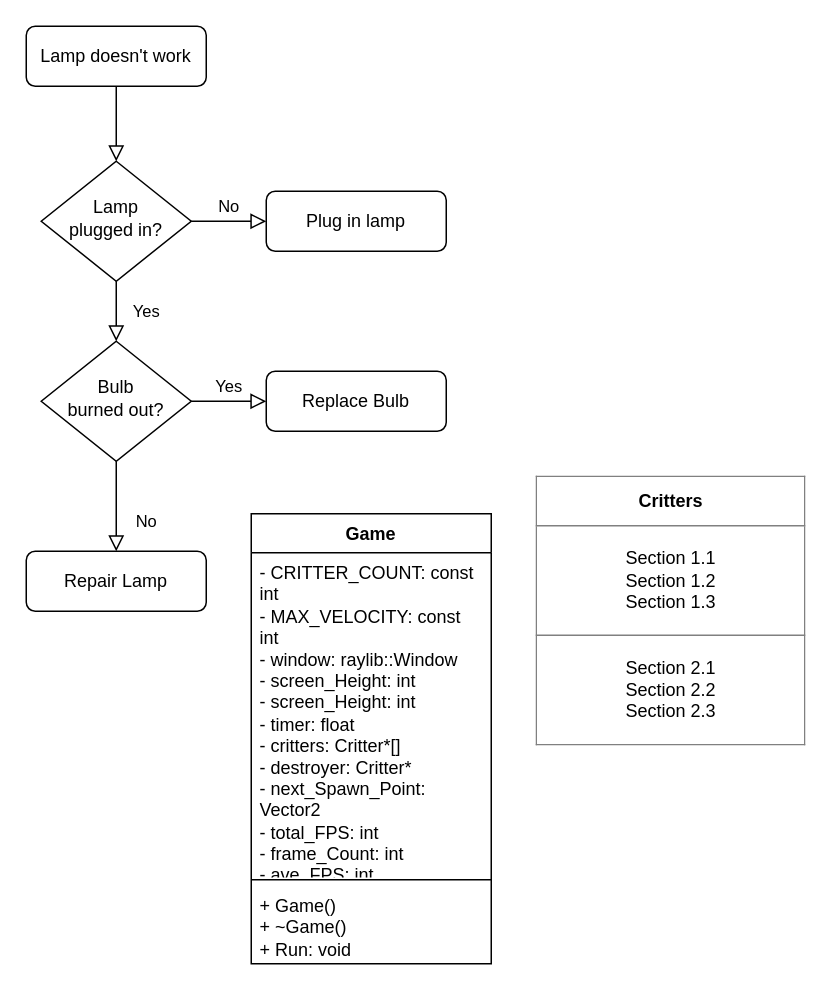
Before: Untitled Diagram.drawio in MavenPile/CDDS_Maven, a draw.io diagram. Source tidied: cells renumbered, new cells numbered last; positions are measured from the earlier drawing's top-left corner, leaving out a move shared by most shapes. Both pictures are drawn from the tidied source at 150%, with x=0, y=0 at pixel (26, 26).
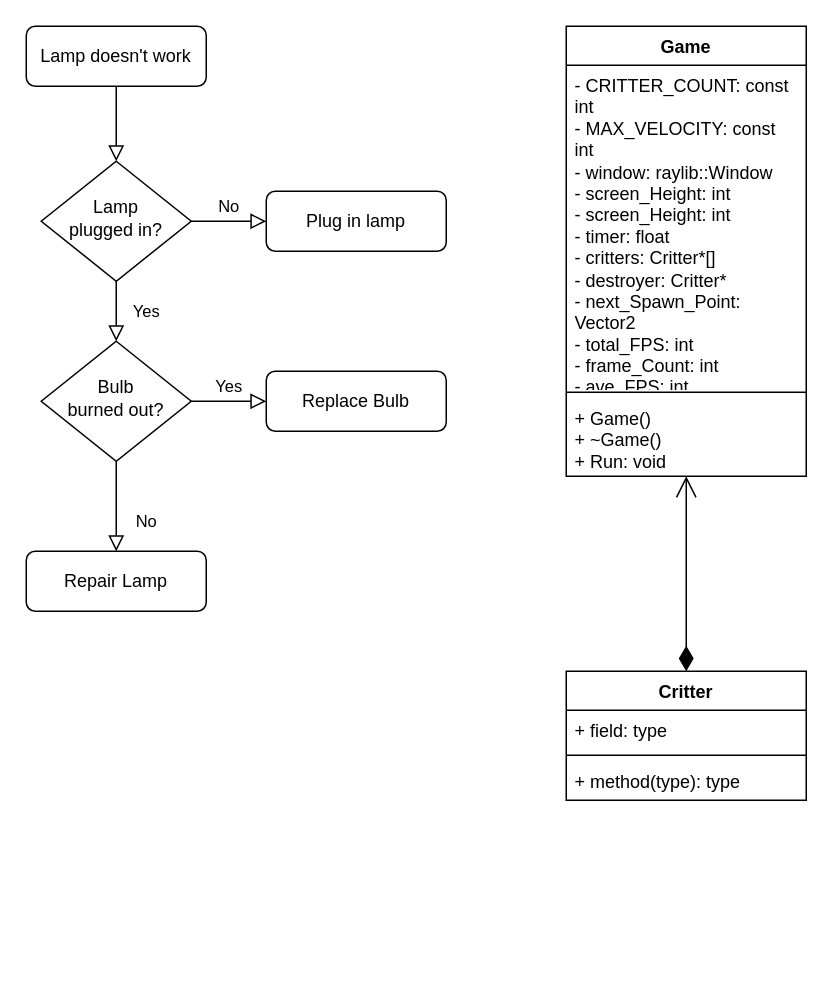
The same diagram, later.

Diff of the diagram source:
```diff
@@
-    <mxCell id="13" value="&lt;table style=&quot;width:100%;height:100%;border-collapse:collapse;&quot; width=&quot;100%&quot; height=&quot;100%&quot; cellpadding=&quot;4&quot; border=&quot;1&quot;&gt;&lt;tbody&gt;&lt;tr&gt;&lt;th align=&quot;center&quot;&gt;&lt;b&gt;Critters&lt;/b&gt;&lt;/th&gt;&lt;/tr&gt;&lt;tr&gt;&lt;td align=&quot;center&quot;&gt;Section 1.1&lt;br&gt;Section 1.2&lt;br&gt;Section 1.3&lt;/td&gt;&lt;/tr&gt;&lt;tr&gt;&lt;td align=&quot;center&quot;&gt;Section 2.1&lt;br&gt;Section 2.2&lt;br&gt;Section 2.3&lt;/td&gt;&lt;/tr&gt;&lt;/tbody&gt;&lt;/table&gt;" style="text;html=1;whiteSpace=wrap;strokeColor=none;fillColor=none;overflow=fill;" parent="1" vertex="1">
-      <mxGeometry x="340" y="300" width="180" height="180" as="geometry" />
-    </mxCell>
     <mxCell id="14" value="Game" style="swimlane;fontStyle=1;align=center;verticalAlign=top;horizontal=1;startSize=26;whiteSpace=wrap;html=1;" parent="1" vertex="1">
-      <mxGeometry x="150" y="325" width="160" height="300" as="geometry" />
+      <mxGeometry x="360" width="160" height="300" as="geometry" />
     </mxCell>
@@
+    <mxCell id="18" value="&lt;div&gt;Critter&lt;/div&gt;&lt;div&gt;&lt;br&gt;&lt;/div&gt;" style="swimlane;fontStyle=1;align=center;verticalAlign=top;horizontal=1;startSize=26;whiteSpace=wrap;html=1;" parent="1" vertex="1">
+      <mxGeometry x="360" y="430" width="160" height="86" as="geometry" />
+    </mxCell>
+    <mxCell id="19" value="+ field: type" style="text;strokeColor=none;fillColor=none;align=left;verticalAlign=top;spacingLeft=4;spacingRight=4;overflow=hidden;whiteSpace=wrap;html=1;" parent="18" vertex="1">
+      <mxGeometry y="26" width="160" height="26" as="geometry" />
+    </mxCell>
+    <mxCell id="20" style="line;strokeWidth=1;fillColor=none;align=left;verticalAlign=middle;spacingTop=-1;spacingLeft=3;spacingRight=3;labelPosition=right;strokeColor=inherit;" parent="18" vertex="1">
+      <mxGeometry y="52" width="160" height="8" as="geometry" />
+    </mxCell>
+    <mxCell id="21" value="+ method(type): type" style="text;strokeColor=none;fillColor=none;align=left;verticalAlign=top;spacingLeft=4;spacingRight=4;overflow=hidden;whiteSpace=wrap;html=1;" parent="18" vertex="1">
+      <mxGeometry y="60" width="160" height="26" as="geometry" />
+    </mxCell>
+    <mxCell id="22" value="&lt;div&gt;&lt;br&gt;&lt;/div&gt;&lt;div&gt;&lt;br&gt;&lt;/div&gt;&lt;div&gt;&lt;br&gt;&lt;/div&gt;" style="endArrow=open;html=1;endSize=12;startArrow=diamondThin;startSize=14;startFill=1;edgeStyle=orthogonalEdgeStyle;align=left;verticalAlign=bottom;rounded=0;exitX=0.5;exitY=0;exitDx=0;exitDy=0;entryX=0.5;entryY=1;entryDx=0;entryDy=0;" parent="1" edge="1" source="18" target="14">
+      <mxGeometry x="-0.38" y="70" relative="1" as="geometry" />
+    </mxCell>
```
